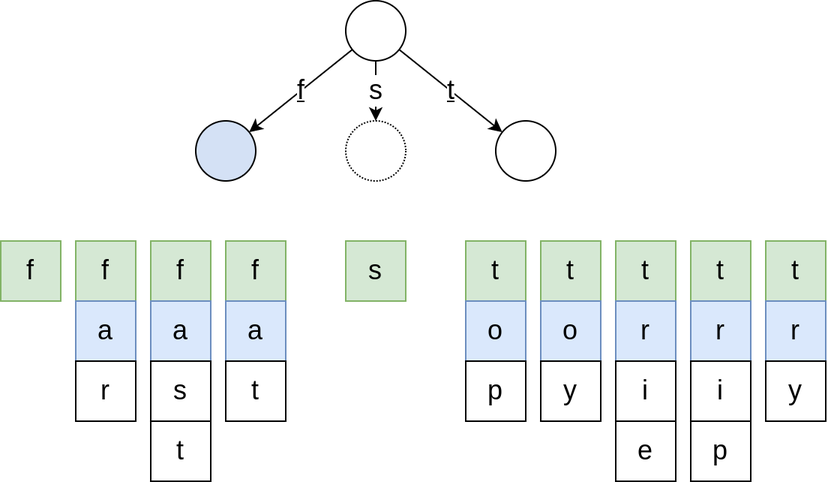
The draw.io diagram presentation/resources/initializing_surf_2.png in Lavode/63112-data-management-data-structures, before a commit. Source tidied: cells renumbered, new cells last; positions are measured from the earlier drawing's top-left corner, leaving out a move shared by most shapes.
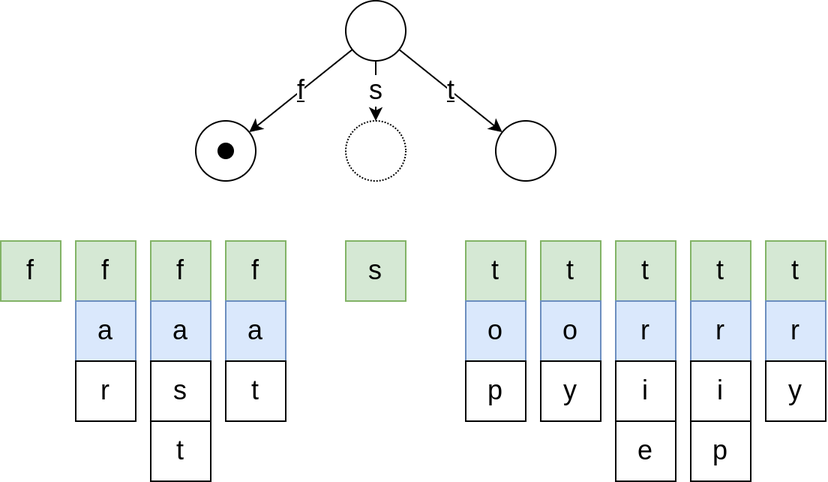
After the change.

The edit, as a diff of the source:
```diff
@@ -104,11 +104,14 @@
     <mxCell id="35" style="ellipse;whiteSpace=wrap;html=1;dashed=1;dashPattern=1 1;" parent="1" vertex="1">
       <mxGeometry x="230" y="80" width="40" height="40" as="geometry" />
     </mxCell>
-    <mxCell id="36" style="ellipse;whiteSpace=wrap;html=1;labelBackgroundColor=default;fillColor=#D4E1F5;" parent="1" vertex="1">
+    <mxCell id="36" style="ellipse;whiteSpace=wrap;html=1;labelBackgroundColor=default;fillColor=none;sketch=0;shadow=0;strokeWidth=1;strokeColor=#000000;" parent="1" vertex="1">
       <mxGeometry x="130" y="80" width="40" height="40" as="geometry" />
     </mxCell>
     <mxCell id="37" style="ellipse;whiteSpace=wrap;html=1;" parent="1" vertex="1">
       <mxGeometry x="330" y="80" width="40" height="40" as="geometry" />
     </mxCell>
+    <mxCell id="38" style="ellipse;whiteSpace=wrap;html=1;shadow=0;labelBackgroundColor=none;sketch=0;fontSize=28;strokeColor=#000000;strokeWidth=1;fillColor=#000000;align=left;verticalAlign=top;" parent="1" vertex="1">
+      <mxGeometry x="145" y="95" width="10" height="10" as="geometry" />
+    </mxCell>
   </root>
 </mxGraphModel>
```
